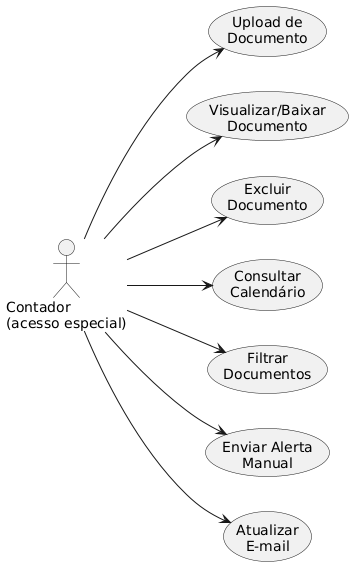
Before: diagrams/contadorespecial.png, a diagram exported from PlantUML (edsonpolucena/CatolicaSC-Porfolio). The source it was exported from:
```plantuml
@startuml
left to right direction
actor "Contador\n(acesso especial)" as CE

usecase UC1 as "Upload de\nDocumento"
usecase UC2 as "Visualizar/Baixar\nDocumento"
usecase UC3 as "Excluir\nDocumento"
usecase UC4 as "Consultar\nCalendário"
usecase UC5 as "Filtrar\nDocumentos"
usecase UC6 as "Enviar Alerta\nManual"
usecase UC8 as "Atualizar\nE-mail"

CE --> UC1
CE --> UC2
CE --> UC3
CE --> UC4
CE --> UC5
CE --> UC6
CE --> UC8
@enduml
```
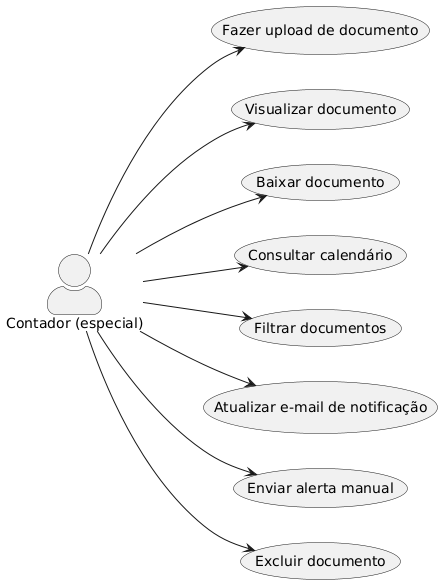
Above is the later version.

The edit, as a diff of the source:
```diff
@@ -1,20 +1,24 @@
 @startuml
 left to right direction
-actor "Contador\n(acesso especial)" as CE
+skinparam actorStyle awesome
 
-usecase UC1 as "Upload de\nDocumento"
-usecase UC2 as "Visualizar/Baixar\nDocumento"
-usecase UC3 as "Excluir\nDocumento"
-usecase UC4 as "Consultar\nCalendário"
-usecase UC5 as "Filtrar\nDocumentos"
-usecase UC6 as "Enviar Alerta\nManual"
-usecase UC8 as "Atualizar\nE-mail"
+actor "Contador (especial)" as ContadorEspecial
 
-CE --> UC1
-CE --> UC2
-CE --> UC3
-CE --> UC4
-CE --> UC5
-CE --> UC6
-CE --> UC8
+usecase UC_Upload      as "Fazer upload de documento"
+usecase UC_Visualizar  as "Visualizar documento"
+usecase UC_Baixar      as "Baixar documento"
+usecase UC_Consultar   as "Consultar calendário"
+usecase UC_Filtrar     as "Filtrar documentos"
+usecase UC_Atualizar   as "Atualizar e-mail de notificação"
+usecase UC_Alerta      as "Enviar alerta manual"
+usecase UC_Excluir     as "Excluir documento"
+
+ContadorEspecial --> UC_Upload
+ContadorEspecial --> UC_Visualizar
+ContadorEspecial --> UC_Baixar
+ContadorEspecial --> UC_Consultar
+ContadorEspecial --> UC_Filtrar
+ContadorEspecial --> UC_Atualizar
+ContadorEspecial --> UC_Alerta
+ContadorEspecial --> UC_Excluir
 @enduml
```
